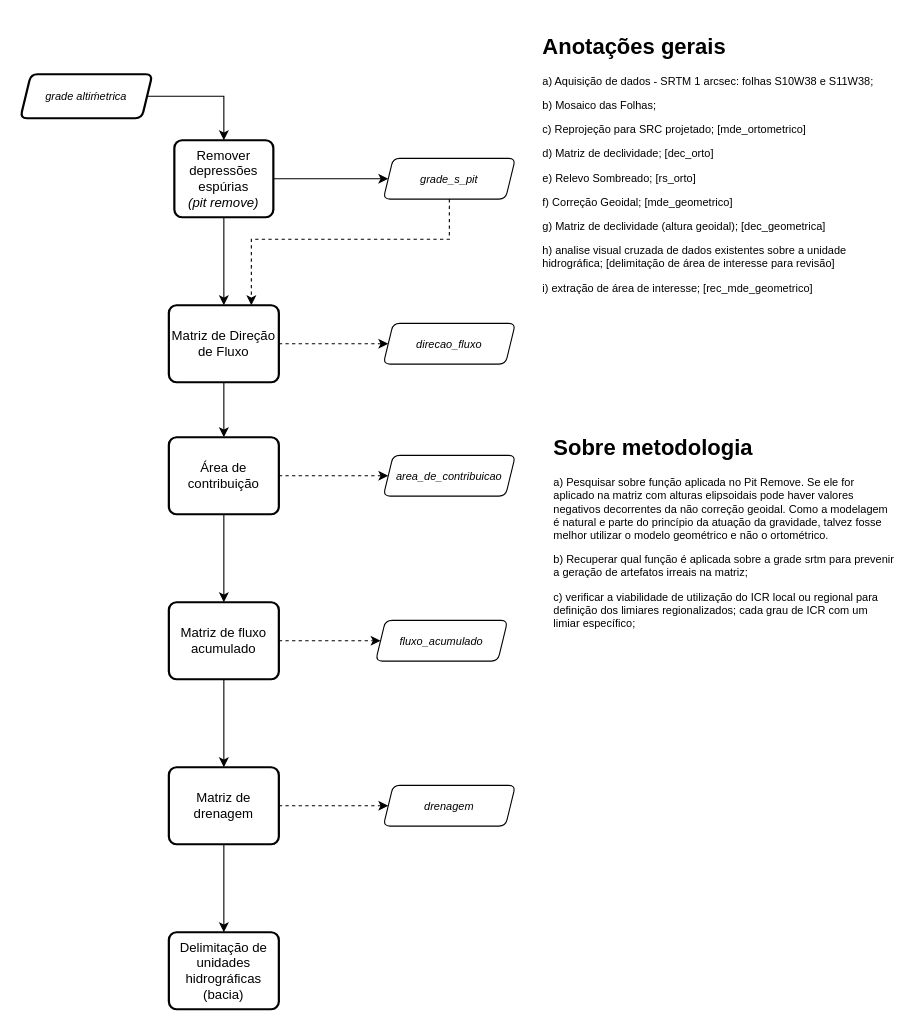
Deso-Sertao/fluxogramas keeps this draw.io diagram as Delimitação de Bacias e Subbacias Hidrográficas.drawio. Above is the earlier version. Source tidied: cells renumbered, new cells numbered last; positions are measured from the earlier drawing's top-left corner, leaving out a move shared by most shapes. Both pictures are drawn from the tidied source at 110%, with x=0, y=0 at pixel (20, 30).
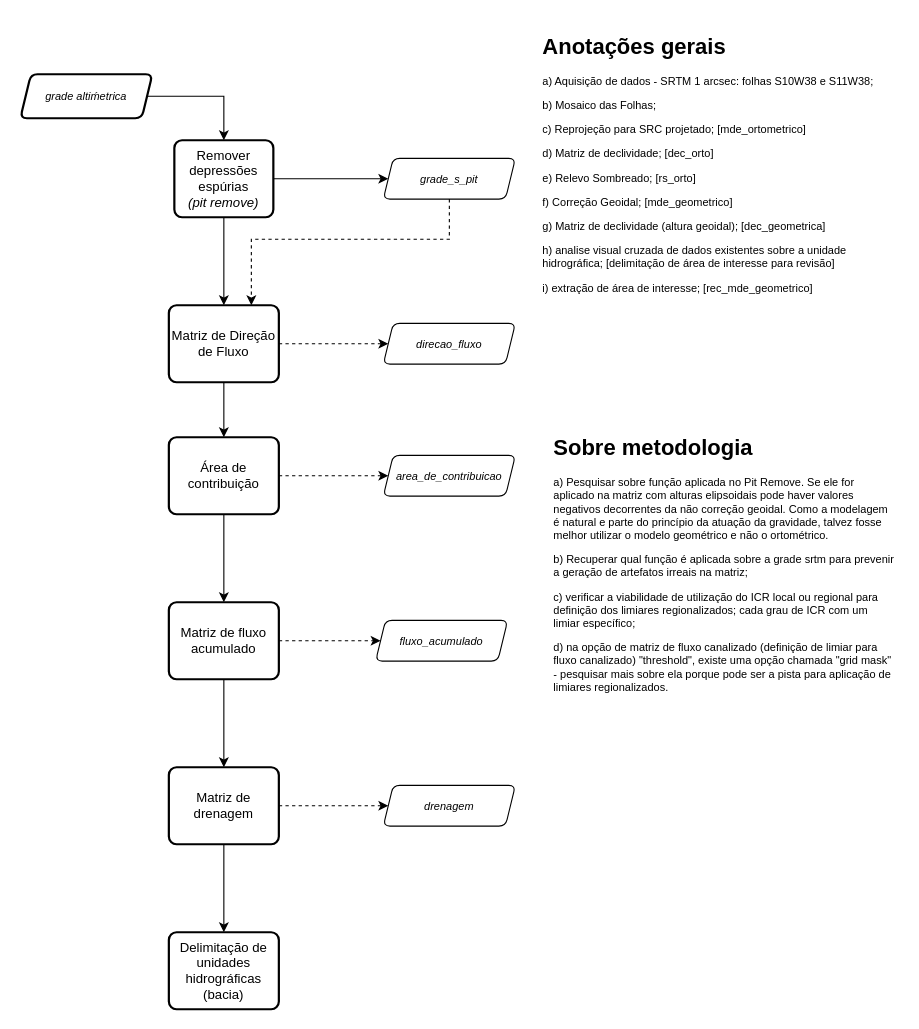
The same page after the edit.

What changed in the source:
```diff
@@
-    <mxCell id="27" value="&lt;h1&gt;Sobre metodologia&lt;br&gt;&lt;/h1&gt;&lt;p&gt;a) Pesquisar sobre função aplicada no Pit Remove. Se ele for aplicado na matriz com alturas elipsoidais pode haver valores negativos decorrentes da não correção geoidal. Como a modelagem é natural e parte do princípio da atuação da gravidade, talvez fosse melhor utilizar o modelo geométrico e não o ortométrico.&lt;br&gt;&lt;/p&gt;&lt;p&gt;b) Recuperar qual função é aplicada sobre a grade srtm para prevenir a geração de artefatos irreais na matriz;&lt;/p&gt;&lt;p&gt;c) verificar a viabilidade de utilização do ICR local ou regional para definição dos limiares regionalizados; cada grau de ICR com um limiar específico;&lt;br&gt;&lt;/p&gt;" style="text;html=1;strokeColor=none;fillColor=none;spacing=5;spacingTop=-20;whiteSpace=wrap;overflow=hidden;rounded=0;shadow=0;comic=0;fontSize=10;" parent="1" vertex="1">
-      <mxGeometry x="480" y="365" width="320" height="260" as="geometry" />
+    <mxCell id="27" value="&lt;h1&gt;Sobre metodologia&lt;br&gt;&lt;/h1&gt;&lt;p&gt;a) Pesquisar sobre função aplicada no Pit Remove. Se ele for aplicado na matriz com alturas elipsoidais pode haver valores negativos decorrentes da não correção geoidal. Como a modelagem é natural e parte do princípio da atuação da gravidade, talvez fosse melhor utilizar o modelo geométrico e não o ortométrico.&lt;br&gt;&lt;/p&gt;&lt;p&gt;b) Recuperar qual função é aplicada sobre a grade srtm para prevenir a geração de artefatos irreais na matriz;&lt;/p&gt;&lt;p&gt;c) verificar a viabilidade de utilização do ICR local ou regional para definição dos limiares regionalizados; cada grau de ICR com um limiar específico;&lt;/p&gt;&lt;p&gt;d) na opção de matriz de fluxo canalizado (definição de limiar para fluxo canalizado) &quot;threshold&quot;, existe uma opção chamada &quot;grid mask&quot; - pesquisar mais sobre ela porque pode ser a pista para aplicação de limiares regionalizados.&lt;br&gt;&lt;/p&gt;" style="text;html=1;strokeColor=none;fillColor=none;spacing=5;spacingTop=-20;whiteSpace=wrap;overflow=hidden;rounded=0;shadow=0;comic=0;fontSize=10;" parent="1" vertex="1">
+      <mxGeometry x="480" y="365" width="320" height="305" as="geometry" />
     </mxCell>
```
